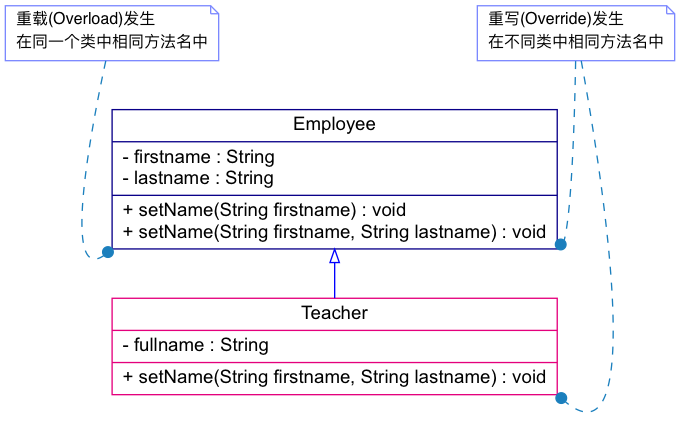
Before: static/image/2019/07/overload-override.png, a diagram exported from Graphviz (Jeanhwea/jeanhwea.github.io). Its source is kept beside it as static/image/2019/07/overload-override.dot.
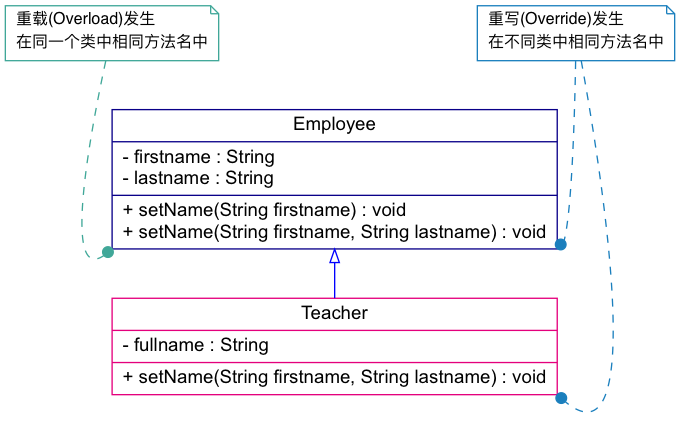
Above is the later version.

Change to the diagram source:
```diff
@@ -12,13 +12,15 @@
     style=invis;
   }
 
-  node [color="#7b88ff"; fontname="Microsoft YaHei"; fontsize=12;];
+  node [color="#40a798"; fontname="Microsoft YaHei"; fontsize=12;];
   note_overload [shape=note; label="重载(Overload)发生\l在同一个类中相同方法名中"];
+  edge [color="#40a798"; style=dashed; dir=forward; arrowhead=dot;];
+  note_overload -> employee:sw;
+
+  node [color="#1b7fbd"; fontname="Microsoft YaHei"; fontsize=12;];
   note_override [shape=note; label="重写(Override)发生\l在不同类中相同方法名中"];
-
-  edge[style=dashed; dir=forward; arrowhead=dot; color="#1b7fbd";];
+  edge [color="#1b7fbd"; style=dashed; dir=forward; arrowhead=dot;];
   note_override -> teacher:se;
   note_override -> employee:se;
-  note_overload -> employee:sw;
 
 }
```
